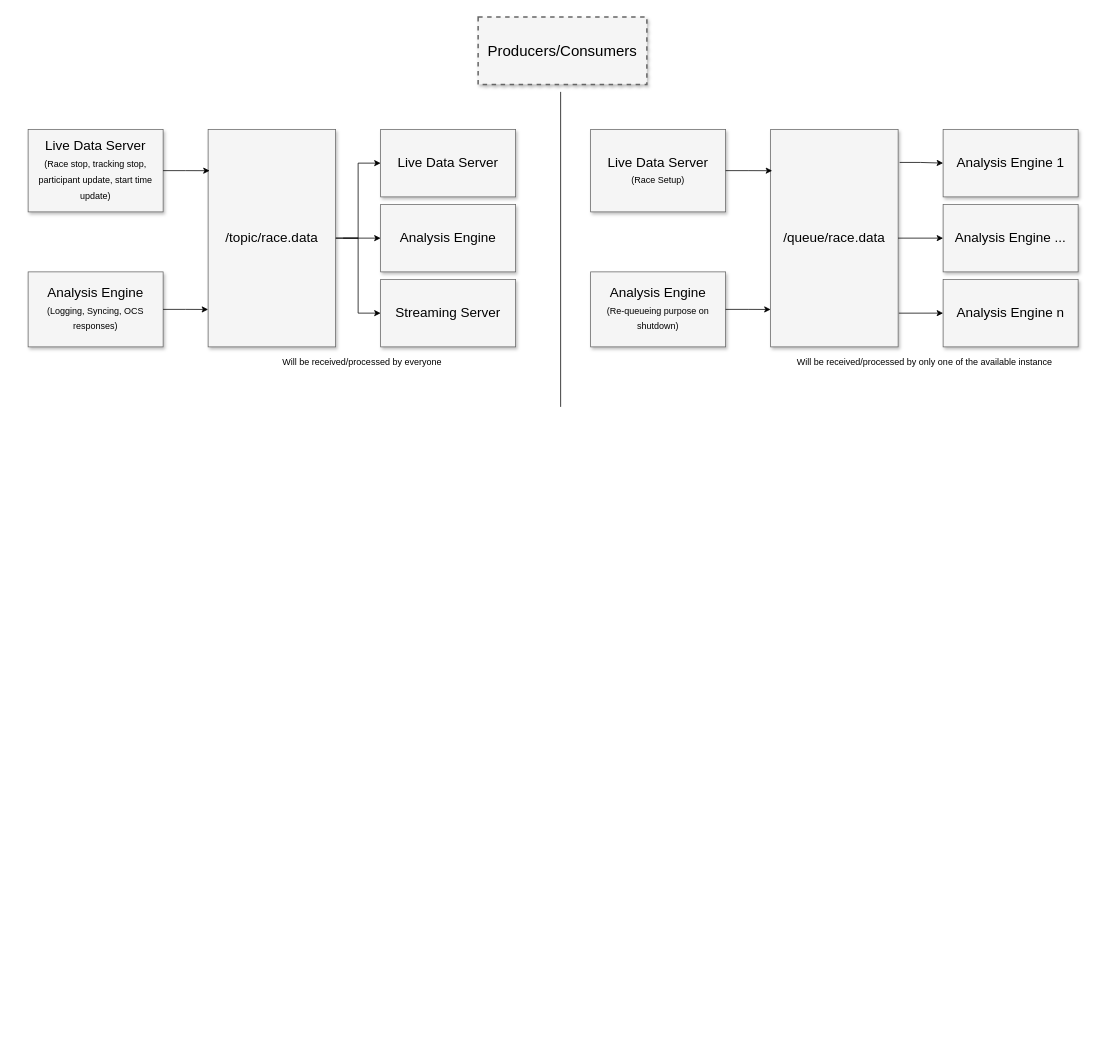
Earlier version of the draw.io diagram doc/PublisherConsumer.drawio (sailing-yacht-research-foundation/syrf-schema). Source tidied: cells renumbered, new cells numbered last; positions are measured from the earlier drawing's top-left corner, leaving out a move shared by most shapes. Both pictures are drawn from the tidied source at 75%, with x=0, y=0 at pixel (28, 16).
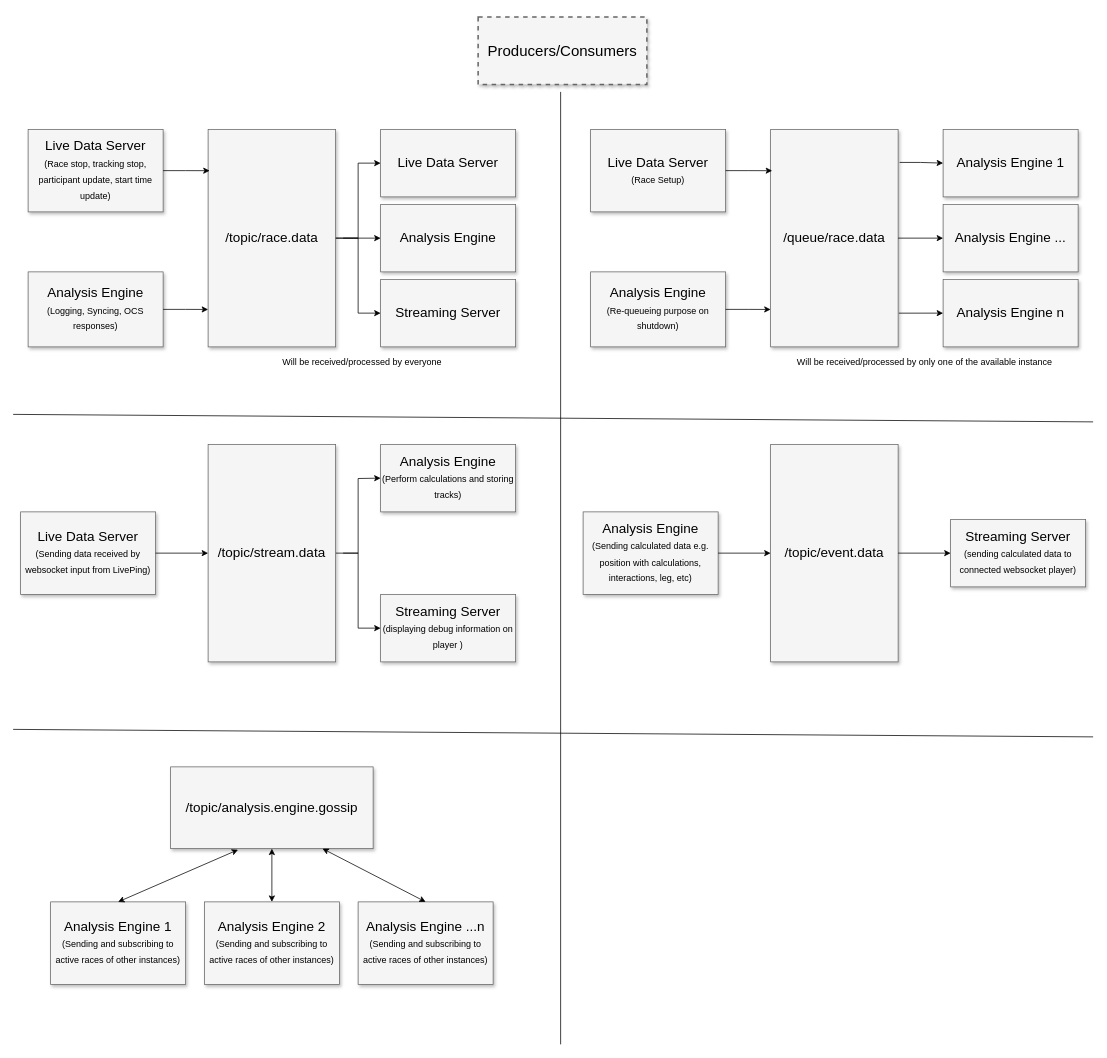
After the change.

Change to the diagram source:
```diff
@@
     <mxCell id="14" style="endArrow=none;html=1;rounded=0;fontStyle=1;" parent="1" edge="1">
       <mxGeometry relative="1" as="geometry">
-        <mxPoint x="710" y="520" as="sourcePoint" />
+        <mxPoint x="710" y="1370" as="sourcePoint" />
         <mxPoint x="710" y="100" as="targetPoint" />
       </mxGeometry>
     </mxCell>
@@
+    <mxCell id="28" style="edgeStyle=orthogonalEdgeStyle;rounded=0;jettySize=auto;html=1;exitX=1;exitY=0.5;exitDx=0;exitDy=0;entryX=0;entryY=0.5;entryDx=0;entryDy=0;" parent="1" edge="1" source="29">
+      <mxGeometry relative="1" as="geometry">
+        <mxPoint x="470" y="615" as="targetPoint" />
+      </mxGeometry>
+    </mxCell>
+    <mxCell id="29" value="/topic/stream.data" style="whiteSpace=wrap;html=1;shadow=1;fontSize=18;fillColor=#f5f5f5;strokeColor=#666666;" parent="1" vertex="1">
+      <mxGeometry x="240" y="570" width="170" height="290" as="geometry" />
+    </mxCell>
+    <mxCell id="30" value="Live Data Server&lt;br&gt;&lt;font style=&quot;font-size: 12px&quot;&gt;(Sending data received by websocket input from LivePing)&lt;/font&gt;" style="whiteSpace=wrap;html=1;shadow=1;fontSize=18;fillColor=#f5f5f5;strokeColor=#666666;" parent="1" vertex="1">
+      <mxGeometry x="-10" y="660" width="180" height="110" as="geometry" />
+    </mxCell>
+    <mxCell id="31" value="Analysis Engine&lt;br&gt;&lt;font style=&quot;font-size: 12px&quot;&gt;(Perform calculations and storing tracks)&lt;/font&gt;" style="whiteSpace=wrap;html=1;shadow=1;fontSize=18;fillColor=#f5f5f5;strokeColor=#666666;" parent="1" vertex="1">
+      <mxGeometry x="470" y="570" width="180" height="90" as="geometry" />
+    </mxCell>
+    <mxCell id="32" value="Streaming Server&lt;br&gt;&lt;font style=&quot;font-size: 12px&quot;&gt;(displaying debug information on player )&lt;/font&gt;" style="whiteSpace=wrap;html=1;shadow=1;fontSize=18;fillColor=#f5f5f5;strokeColor=#666666;" parent="1" vertex="1">
+      <mxGeometry x="470" y="770" width="180" height="90" as="geometry" />
+    </mxCell>
+    <mxCell id="33" style="edgeStyle=orthogonalEdgeStyle;rounded=0;jettySize=auto;html=1;entryX=0;entryY=0.5;entryDx=0;entryDy=0;" parent="1" edge="1" target="32">
+      <mxGeometry relative="1" as="geometry">
+        <mxPoint x="420" y="715" as="sourcePoint" />
+        <Array as="points">
+          <mxPoint x="440" y="715" />
+          <mxPoint x="440" y="815" />
+        </Array>
+      </mxGeometry>
+    </mxCell>
+    <mxCell id="34" style="rounded=0;jettySize=auto;html=1;exitX=1;exitY=0.5;exitDx=0;exitDy=0;entryX=0;entryY=0.5;entryDx=0;entryDy=0;" parent="1" edge="1" source="30" target="29">
+      <mxGeometry relative="1" as="geometry" />
+    </mxCell>
+    <mxCell id="35" style="endArrow=none;html=1;rounded=0;fontStyle=1;" parent="1" edge="1">
+      <mxGeometry relative="1" as="geometry">
+        <mxPoint x="1420" y="540" as="sourcePoint" />
+        <mxPoint x="-20" y="530" as="targetPoint" />
+      </mxGeometry>
+    </mxCell>
+    <mxCell id="36" value="/topic/event.data" style="whiteSpace=wrap;html=1;shadow=1;fontSize=18;fillColor=#f5f5f5;strokeColor=#666666;" parent="1" vertex="1">
+      <mxGeometry x="990" y="570" width="170" height="290" as="geometry" />
+    </mxCell>
+    <mxCell id="37" value="Analysis Engine&lt;br&gt;&lt;font style=&quot;font-size: 12px&quot;&gt;(Sending calculated data e.g. position with calculations, interactions, leg, etc)&lt;/font&gt;" style="whiteSpace=wrap;html=1;shadow=1;fontSize=18;fillColor=#f5f5f5;strokeColor=#666666;" parent="1" vertex="1">
+      <mxGeometry x="740" y="660" width="180" height="110" as="geometry" />
+    </mxCell>
+    <mxCell id="38" value="Streaming Server&lt;br&gt;&lt;font style=&quot;font-size: 12px&quot;&gt;(sending calculated data to connected websocket player)&lt;/font&gt;" style="whiteSpace=wrap;html=1;shadow=1;fontSize=18;fillColor=#f5f5f5;strokeColor=#666666;" parent="1" vertex="1">
+      <mxGeometry x="1230" y="670" width="180" height="90" as="geometry" />
+    </mxCell>
+    <mxCell id="39" style="rounded=0;jettySize=auto;html=1;entryX=0;entryY=0.5;entryDx=0;entryDy=0;exitX=1;exitY=0.5;exitDx=0;exitDy=0;" parent="1" edge="1" source="36" target="38">
+      <mxGeometry relative="1" as="geometry" />
+    </mxCell>
+    <mxCell id="40" style="rounded=0;jettySize=auto;html=1;exitX=1;exitY=0.5;exitDx=0;exitDy=0;entryX=0;entryY=0.5;entryDx=0;entryDy=0;" parent="1" edge="1" source="37" target="36">
+      <mxGeometry relative="1" as="geometry" />
+    </mxCell>
+    <mxCell id="41" style="endArrow=none;html=1;rounded=0;fontStyle=1;" parent="1" edge="1">
+      <mxGeometry relative="1" as="geometry">
+        <mxPoint x="1420" y="960" as="sourcePoint" />
+        <mxPoint x="-20" y="950" as="targetPoint" />
+      </mxGeometry>
+    </mxCell>
+    <mxCell id="42" value="/topic/analysis.engine.gossip" style="whiteSpace=wrap;html=1;shadow=1;fontSize=18;fillColor=#f5f5f5;strokeColor=#666666;" parent="1" vertex="1">
+      <mxGeometry x="190" y="1000" width="270" height="109" as="geometry" />
+    </mxCell>
+    <mxCell id="43" value="Analysis Engine 2&lt;br&gt;&lt;font style=&quot;font-size: 12px&quot;&gt;(Sending and subscribing to active races of other instances)&lt;/font&gt;" style="whiteSpace=wrap;html=1;shadow=1;fontSize=18;fillColor=#f5f5f5;strokeColor=#666666;" parent="1" vertex="1">
+      <mxGeometry x="235" y="1180" width="180" height="110" as="geometry" />
+    </mxCell>
+    <mxCell id="44" style="endArrow=classic;startArrow=classic;html=1;rounded=0;fontSize=12;entryX=0.5;entryY=1;entryDx=0;entryDy=0;" parent="1" edge="1" source="43" target="42">
+      <mxGeometry relative="1" as="geometry" />
+    </mxCell>
+    <mxCell id="45" value="Analysis Engine 1&lt;br&gt;&lt;font style=&quot;font-size: 12px&quot;&gt;(Sending and subscribing to active races of other instances)&lt;/font&gt;" style="whiteSpace=wrap;html=1;shadow=1;fontSize=18;fillColor=#f5f5f5;strokeColor=#666666;" parent="1" vertex="1">
+      <mxGeometry x="30" y="1180" width="180" height="110" as="geometry" />
+    </mxCell>
+    <mxCell id="46" value="Analysis Engine ...n&lt;br&gt;&lt;font style=&quot;font-size: 12px&quot;&gt;(Sending and subscribing to active races of other instances)&lt;/font&gt;" style="whiteSpace=wrap;html=1;shadow=1;fontSize=18;fillColor=#f5f5f5;strokeColor=#666666;" parent="1" vertex="1">
+      <mxGeometry x="440" y="1180" width="180" height="110" as="geometry" />
+    </mxCell>
+    <mxCell id="47" style="endArrow=classic;startArrow=classic;html=1;rounded=0;fontSize=12;entryX=0.333;entryY=1.014;entryDx=0;entryDy=0;entryPerimeter=0;exitX=0.5;exitY=0;exitDx=0;exitDy=0;" parent="1" edge="1" source="45" target="42">
+      <mxGeometry relative="1" as="geometry" />
+    </mxCell>
+    <mxCell id="48" style="endArrow=classic;startArrow=classic;html=1;rounded=0;fontSize=12;entryX=0.75;entryY=1;entryDx=0;entryDy=0;exitX=0.5;exitY=0;exitDx=0;exitDy=0;" parent="1" edge="1" source="46" target="42">
+      <mxGeometry relative="1" as="geometry" />
+    </mxCell>
```
